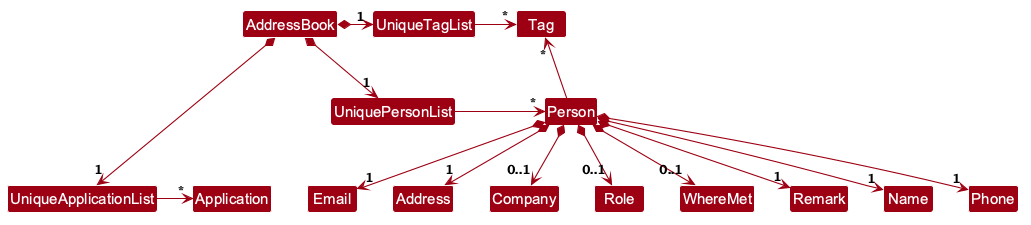
This is docs/images/BetterModelClassDiagram.png from AY2627S1-CS2103T-T12-3/tp, a PlantUML export, as it was before one commit.
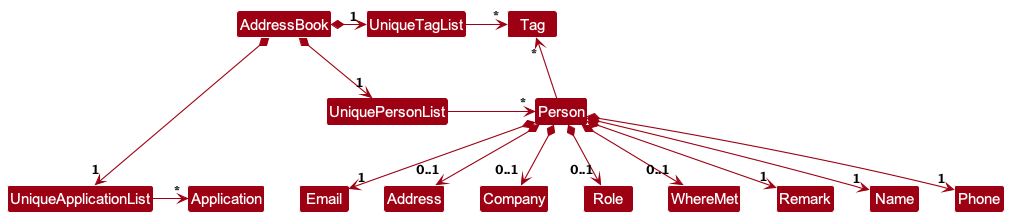
After the commit.

Commit message:
Correct address multiplicity and clarify optional address behavior

What changed in the source:
```diff
@@ -19,7 +19,7 @@
 Person *--> "1" Name
 Person *--> "1" Phone
 Person *--> "1" Email
-Person *--> "1" Address
+Person *--> "0..1" Address
 Person *--> "0..1" Company
 Person *--> "0..1" Role
 Person *--> "0..1" WhereMet
```
